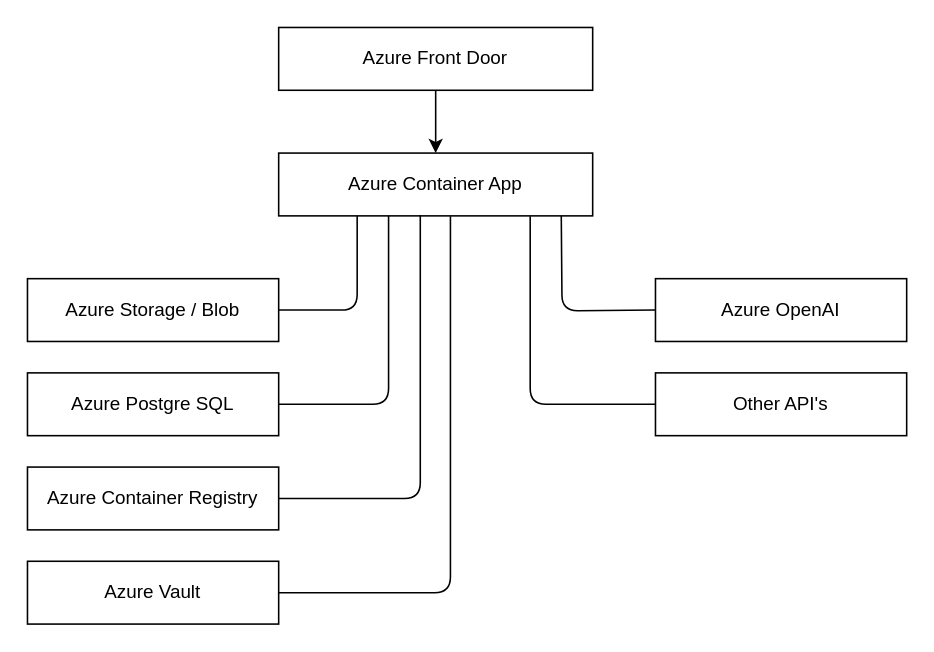
Above: page "Page-1" (1 of 2) of Déploiements/n8n/n8n_azure.drawio in CallmeVRM/edulabs.github.io (draw.io), before the change. Source tidied: cells renumbered, new cells numbered last; positions are measured from the earlier drawing's top-left corner, leaving out a move shared by most shapes. Both pictures are drawn from the tidied source at 157%, with x=0, y=0 at pixel (27, 27).
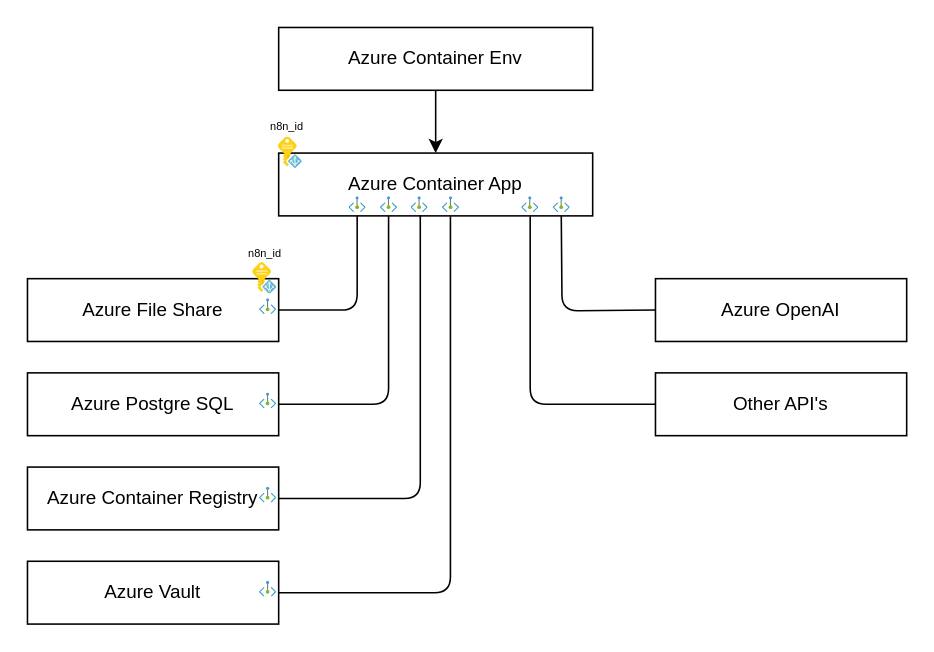
Above is the later version.

Unchanged cells that the change refers to:
```xml
<mxCell id="3" value="Azure Container App" style="rounded=0;whiteSpace=wrap;html=1;" parent="1" vertex="1">
  <mxGeometry x="160" y="80" width="200" height="40" as="geometry" />
</mxCell>
```

Diff of the diagram source:
```diff
@@
-    <mxCell id="4" value="Azure Storage / Blob" style="rounded=0;whiteSpace=wrap;html=1;" parent="1" vertex="1">
+    <mxCell id="4" value="Azure File Share" style="rounded=0;whiteSpace=wrap;html=1;" parent="1" vertex="1">
       <mxGeometry y="160" width="160" height="40" as="geometry" />
     </mxCell>
@@
-    <mxCell id="15" style="edgeStyle=none;html=1;exitX=0.5;exitY=1;exitDx=0;exitDy=0;entryX=0.5;entryY=0;entryDx=0;entryDy=0;" parent="1" edge="1" source="16" target="3">
-      <mxGeometry relative="1" as="geometry" />
+    <mxCell id="15" style="edgeStyle=none;html=1;exitX=0.5;exitY=1;exitDx=0;exitDy=0;entryX=0.5;entryY=0;entryDx=0;entryDy=0;" parent="1" edge="1" target="3">
+      <mxGeometry relative="1" as="geometry">
+        <mxPoint x="260" y="40" as="sourcePoint" />
+      </mxGeometry>
     </mxCell>
-    <mxCell id="16" value="Azure Front Door" style="rounded=0;whiteSpace=wrap;html=1;" parent="1" vertex="1">
+    <mxCell id="16" value="&lt;span style=&quot;color: rgb(0, 0, 0);&quot;&gt;Azure Container Env&lt;/span&gt;" style="rounded=0;whiteSpace=wrap;html=1;" parent="1" vertex="1">
       <mxGeometry x="160" width="200" height="40" as="geometry" />
     </mxCell>
+    <mxCell id="17" style="image;html=1;align=center;fontSize=12;image=img/lib/azure2/networking/Private_Endpoint.svg;" parent="1" vertex="1">
+      <mxGeometry x="205" y="108" width="10.9" height="10" as="geometry" />
+    </mxCell>
+    <mxCell id="18" style="image;html=1;align=center;fontSize=12;image=img/lib/azure2/networking/Private_Endpoint.svg;" parent="1" vertex="1">
+      <mxGeometry x="225" y="108" width="10.9" height="10" as="geometry" />
+    </mxCell>
+    <mxCell id="19" style="image;html=1;align=center;fontSize=12;image=img/lib/azure2/networking/Private_Endpoint.svg;" parent="1" vertex="1">
+      <mxGeometry x="148" y="173" width="10.9" height="10" as="geometry" />
+    </mxCell>
+    <mxCell id="20" style="image;html=1;align=center;fontSize=12;image=img/lib/azure2/networking/Private_Endpoint.svg;" parent="1" vertex="1">
+      <mxGeometry x="148" y="233" width="10.9" height="10" as="geometry" />
+    </mxCell>
+    <mxCell id="21" style="image;html=1;align=center;fontSize=12;image=img/lib/azure2/networking/Private_Endpoint.svg;" parent="1" vertex="1">
+      <mxGeometry x="148" y="293" width="10.9" height="10" as="geometry" />
+    </mxCell>
+    <mxCell id="22" style="image;html=1;align=center;fontSize=12;image=img/lib/azure2/networking/Private_Endpoint.svg;" parent="1" vertex="1">
+      <mxGeometry x="148" y="353" width="10.9" height="10" as="geometry" />
+    </mxCell>
+    <mxCell id="23" style="image;html=1;align=center;fontSize=12;image=img/lib/azure2/networking/Private_Endpoint.svg;" parent="1" vertex="1">
+      <mxGeometry x="264.5" y="108" width="10.9" height="10" as="geometry" />
+    </mxCell>
+    <mxCell id="24" style="image;html=1;align=center;fontSize=12;image=img/lib/azure2/networking/Private_Endpoint.svg;" parent="1" vertex="1">
+      <mxGeometry x="244.5" y="108" width="10.9" height="10" as="geometry" />
+    </mxCell>
+    <mxCell id="25" style="image;html=1;align=center;fontSize=12;image=img/lib/azure2/networking/Private_Endpoint.svg;" parent="1" vertex="1">
+      <mxGeometry x="315" y="108" width="10.9" height="10" as="geometry" />
+    </mxCell>
+    <mxCell id="26" style="image;html=1;align=center;fontSize=12;image=img/lib/azure2/networking/Private_Endpoint.svg;" parent="1" vertex="1">
+      <mxGeometry x="335" y="108" width="10.9" height="10" as="geometry" />
+    </mxCell>
+    <mxCell id="27" style="group;" parent="1" vertex="1">
+      <mxGeometry x="131.3" y="128" width="40" height="42" as="geometry" />
+    </mxCell>
+    <mxCell id="28" style="image;sketch=0;html=1;align=center;fontSize=12;image=img/lib/mscae/Managed_Identities.svg;" parent="27" vertex="1">
+      <mxGeometry x="12.4" y="22" width="15.2" height="20" as="geometry" />
+    </mxCell>
+    <mxCell id="29" value="&lt;font style=&quot;font-size: 7px;&quot;&gt;n8n_id&lt;/font&gt;" style="text;html=1;align=center;verticalAlign=middle;strokeColor=none;fillColor=none;" parent="27" vertex="1">
+      <mxGeometry width="40" height="30" as="geometry" />
+    </mxCell>
+    <mxCell id="30" style="group;" parent="1" vertex="1">
+      <mxGeometry x="144.7" y="47" width="40" height="43" as="geometry" />
+    </mxCell>
+    <mxCell id="31" style="image;sketch=0;html=1;align=center;fontSize=12;image=img/lib/mscae/Managed_Identities.svg;" parent="30" vertex="1">
+      <mxGeometry x="15.3" y="23" width="15.2" height="20" as="geometry" />
+    </mxCell>
+    <mxCell id="32" value="&lt;font style=&quot;font-size: 7px;&quot;&gt;n8n_id&lt;/font&gt;" style="text;html=1;align=center;verticalAlign=middle;strokeColor=none;fillColor=none;" parent="30" vertex="1">
+      <mxGeometry width="40" height="30" as="geometry" />
+    </mxCell>
```
